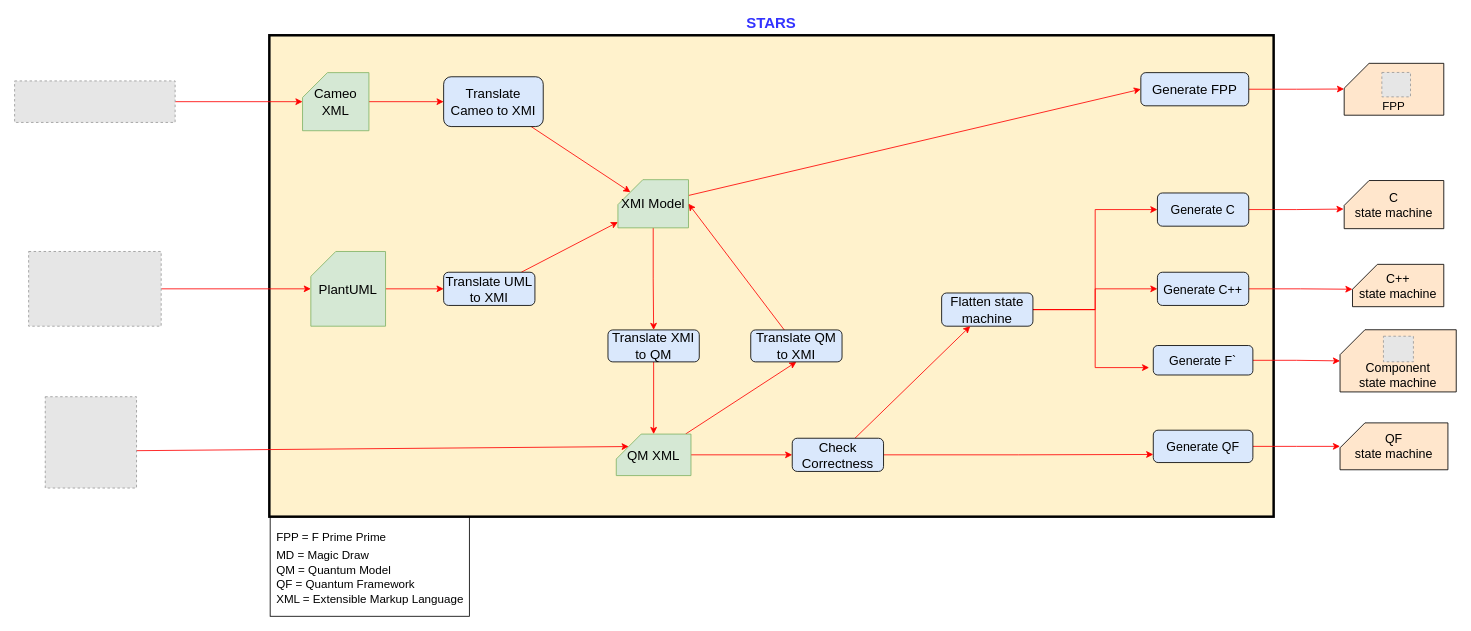
The draw.io diagram STARSDesign.drawio in JPLOpenSource/STARS, before the edit. Source tidied: cells renumbered, new cells numbered last; positions are measured from the earlier drawing's top-left corner, leaving out a move shared by most shapes. Both pictures are drawn from the tidied source at 83%, with x=0, y=0 at pixel (14, 35). Pictures stored in the file or linked from it are replaced by grey dashed boxes.
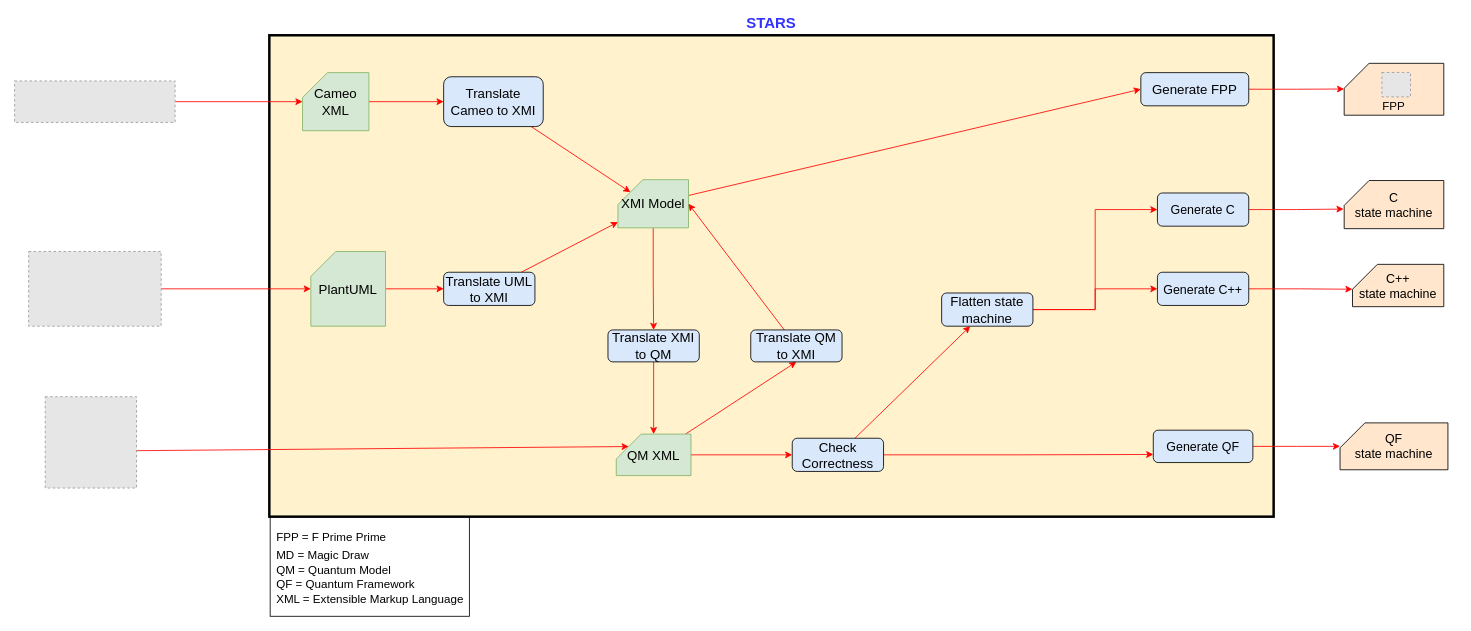
After the change.

Commit message (it also covers changes not shown here):
Update STARSDesign diagram

Change to the diagram source:
```diff
@@
-    <mxCell id="22" style="edgeStyle=orthogonalEdgeStyle;rounded=0;orthogonalLoop=1;jettySize=auto;html=1;entryX=0;entryY=0.75;entryDx=0;entryDy=0;fontSize=16;strokeColor=#FF0000;" parent="1" edge="1">
-      <mxGeometry relative="1" as="geometry">
-        <mxPoint x="1222" y="330.5" as="sourcePoint" />
-        <mxPoint x="1367" y="400.4" as="targetPoint" />
-        <Array as="points">
-          <mxPoint x="1302" y="331" />
-          <mxPoint x="1302" y="400" />
-        </Array>
-      </mxGeometry>
-    </mxCell>
@@
-    <mxCell id="28" style="edgeStyle=orthogonalEdgeStyle;rounded=0;jettySize=auto;html=1;fontSize=16;fontColor=#FF0000;strokeColor=#FF0000;" parent="1" edge="1" source="29" target="52">
-      <mxGeometry relative="1" as="geometry" />
-    </mxCell>
-    <mxCell id="29" value="Generate F`" style="rounded=1;whiteSpace=wrap;html=1;fontSize=15;fillColor=#dae8fc;strokeColor=#000000;" parent="1" vertex="1">
-      <mxGeometry x="1372" y="373.8" width="120" height="35.5" as="geometry" />
-    </mxCell>
@@
-    <mxCell id="51" style="group;" parent="1" vertex="1">
-      <mxGeometry x="1597" y="354.8" width="140" height="74.9" as="geometry" />
-    </mxCell>
-    <mxCell id="52" value="&lt;font style=&quot;font-size: 15px&quot;&gt;Component&lt;br style=&quot;font-size: 15px&quot;&gt;state machine&lt;/font&gt;" style="shape=card;whiteSpace=wrap;html=1;fillColor=#ffe6cc;strokeColor=#000000;fontSize=15;verticalAlign=bottom;" parent="51" vertex="1">
-      <mxGeometry width="140" height="74.9" as="geometry" />
-    </mxCell>
-    <mxCell id="53" style="fillColor=#E6E6E6;strokeColor=#999999;dashed=1;verticalLabelPosition=bottom;labelBackgroundColor=default;verticalAlign=top;" parent="51" vertex="1">
-      <mxGeometry x="52.3" y="7.8" width="36.1" height="30.8" as="geometry" />
-    </mxCell>
```
